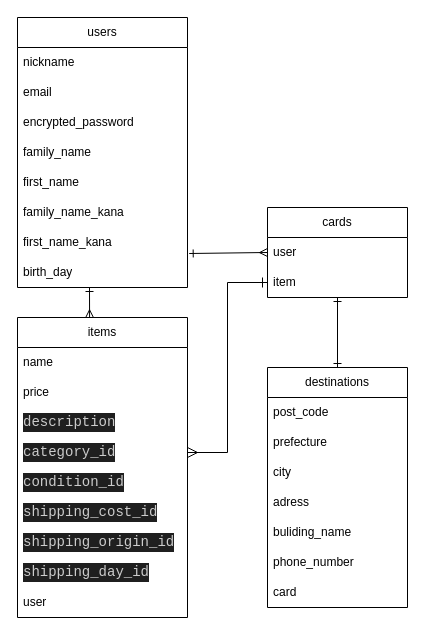
Before: furima-41539.dio in Takao-Koyanagi/furima-41539, a draw.io diagram. Source tidied: cells renumbered, new cells numbered last; positions are measured from the earlier drawing's top-left corner, leaving out a move shared by most shapes. Both pictures are drawn from the tidied source at 100%, with x=0, y=0 at pixel (17, 17).
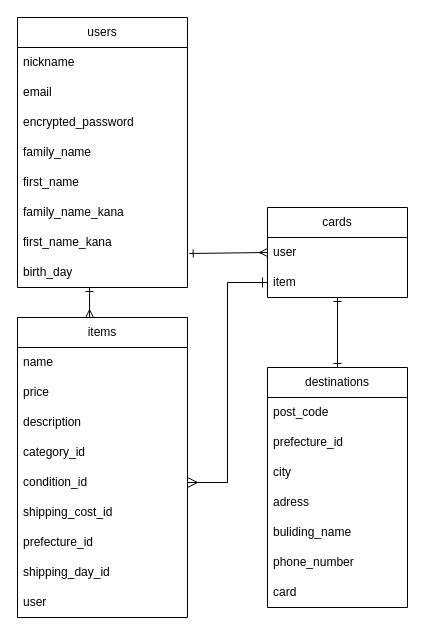
Above is the later version.

Commit message (it also covers changes not shown here):
データーベース設計_修正9

Unchanged cells that the change refers to:
```xml
<mxCell id="13" value="item" style="text;strokeColor=none;fillColor=none;align=left;verticalAlign=middle;spacingLeft=4;spacingRight=4;overflow=hidden;points=[[0,0.5],[1,0.5]];portConstraint=eastwest;whiteSpace=wrap;html=1;" parent="11" vertex="1">
  <mxGeometry y="60" width="140" height="30" as="geometry" />
</mxCell>
<mxCell id="15" value="destinations" style="swimlane;fontStyle=0;horizontal=1;startSize=30;whiteSpace=wrap;html=1;" parent="1" vertex="1">
  <mxGeometry x="250" y="350" width="140" height="240" as="geometry" />
</mxCell>
<mxCell id="23" value="items" style="swimlane;fontStyle=0;horizontal=1;startSize=30;whiteSpace=wrap;html=1;" parent="1" vertex="1">
  <mxGeometry y="300" width="170" height="300" as="geometry" />
</mxCell>
```

Change to the diagram source:
```diff
@@
-    <mxCell id="17" value="prefecture" style="text;strokeColor=none;fillColor=none;align=left;verticalAlign=middle;spacingLeft=4;spacingRight=4;overflow=hidden;whiteSpace=wrap;html=1;" parent="15" vertex="1">
+    <mxCell id="17" value="prefecture_id" style="text;strokeColor=none;fillColor=none;align=left;verticalAlign=middle;spacingLeft=4;spacingRight=4;overflow=hidden;whiteSpace=wrap;html=1;" parent="15" vertex="1">
       <mxGeometry y="60" width="140" height="30" as="geometry" />
     </mxCell>
@@
-    <mxCell id="26" value="&lt;div style=&quot;color: rgb(204, 204, 204); background-color: rgb(31, 31, 31); font-family: Consolas, &amp;quot;Courier New&amp;quot;, monospace; font-size: 14px; line-height: 19px;&quot;&gt;description&lt;/div&gt;" style="text;strokeColor=none;fillColor=none;align=left;verticalAlign=middle;spacingLeft=4;spacingRight=4;overflow=hidden;whiteSpace=wrap;html=1;" parent="23" vertex="1">
+    <mxCell id="26" value="description" style="text;strokeColor=none;fillColor=none;align=left;verticalAlign=middle;spacingLeft=4;spacingRight=4;overflow=hidden;whiteSpace=wrap;html=1;" parent="23" vertex="1">
       <mxGeometry y="90" width="170" height="30" as="geometry" />
     </mxCell>
-    <mxCell id="27" value="&lt;div style=&quot;color: rgb(204, 204, 204); background-color: rgb(31, 31, 31); font-family: Consolas, &amp;quot;Courier New&amp;quot;, monospace; font-size: 14px; line-height: 19px;&quot;&gt;category_id&lt;/div&gt;" style="text;strokeColor=none;fillColor=none;align=left;verticalAlign=middle;spacingLeft=4;spacingRight=4;overflow=hidden;points=[[0,0.5],[1,0.5]];portConstraint=eastwest;whiteSpace=wrap;html=1;" parent="23" vertex="1">
+    <mxCell id="27" value="category_id" style="text;strokeColor=none;fillColor=none;align=left;verticalAlign=middle;spacingLeft=4;spacingRight=4;overflow=hidden;points=[[0,0.5],[1,0.5]];portConstraint=eastwest;whiteSpace=wrap;html=1;" parent="23" vertex="1">
       <mxGeometry y="120" width="170" height="30" as="geometry" />
     </mxCell>
-    <mxCell id="28" value="&lt;div style=&quot;color: rgb(204, 204, 204); background-color: rgb(31, 31, 31); font-family: Consolas, &amp;quot;Courier New&amp;quot;, monospace; font-size: 14px; line-height: 19px;&quot;&gt;condition_id&lt;/div&gt;" style="text;strokeColor=none;fillColor=none;align=left;verticalAlign=middle;spacingLeft=4;spacingRight=4;overflow=hidden;whiteSpace=wrap;html=1;" parent="23" vertex="1">
+    <mxCell id="28" value="condition_id" style="text;strokeColor=none;fillColor=none;align=left;verticalAlign=middle;spacingLeft=4;spacingRight=4;overflow=hidden;whiteSpace=wrap;html=1;" parent="23" vertex="1">
       <mxGeometry y="150" width="170" height="30" as="geometry" />
     </mxCell>
-    <mxCell id="29" value="&lt;div style=&quot;color: rgb(204, 204, 204); background-color: rgb(31, 31, 31); font-family: Consolas, &amp;quot;Courier New&amp;quot;, monospace; font-size: 14px; line-height: 19px;&quot;&gt;shipping_cost_id&lt;/div&gt;" style="text;strokeColor=none;fillColor=none;align=left;verticalAlign=middle;spacingLeft=4;spacingRight=4;overflow=hidden;whiteSpace=wrap;html=1;" parent="23" vertex="1">
+    <mxCell id="29" value="shipping_cost_id" style="text;strokeColor=none;fillColor=none;align=left;verticalAlign=middle;spacingLeft=4;spacingRight=4;overflow=hidden;whiteSpace=wrap;html=1;" parent="23" vertex="1">
       <mxGeometry y="180" width="170" height="30" as="geometry" />
     </mxCell>
-    <mxCell id="30" value="&lt;div style=&quot;color: rgb(204, 204, 204); background-color: rgb(31, 31, 31); font-family: Consolas, &amp;quot;Courier New&amp;quot;, monospace; font-size: 14px; line-height: 19px;&quot;&gt;shipping_origin_id&lt;/div&gt;" style="text;strokeColor=none;fillColor=none;align=left;verticalAlign=middle;spacingLeft=4;spacingRight=4;overflow=hidden;whiteSpace=wrap;html=1;" parent="23" vertex="1">
-      <mxGeometry y="210" width="170" height="30" as="geometry" />
-    </mxCell>
+    <mxCell id="36" value="prefecture_id" style="text;strokeColor=none;fillColor=none;align=left;verticalAlign=middle;spacingLeft=4;spacingRight=4;overflow=hidden;whiteSpace=wrap;html=1;" parent="23" vertex="1">
+      <mxGeometry y="210" width="170" height="30" as="geometry" />
+    </mxCell>
-    <mxCell id="31" value="&lt;div style=&quot;color: rgb(204, 204, 204); background-color: rgb(31, 31, 31); font-family: Consolas, &amp;quot;Courier New&amp;quot;, monospace; font-size: 14px; line-height: 19px;&quot;&gt;shipping_day_id&lt;/div&gt;" style="text;strokeColor=none;fillColor=none;align=left;verticalAlign=middle;spacingLeft=4;spacingRight=4;overflow=hidden;whiteSpace=wrap;html=1;" parent="23" vertex="1">
+    <mxCell id="31" value="shipping_day_id" style="text;strokeColor=none;fillColor=none;align=left;verticalAlign=middle;spacingLeft=4;spacingRight=4;overflow=hidden;whiteSpace=wrap;html=1;" parent="23" vertex="1">
       <mxGeometry y="240" width="170" height="30" as="geometry" />
     </mxCell>
@@
-    <mxCell id="35" style="edgeStyle=elbowEdgeStyle;elbow=horizontal;endArrow=ERone;html=1;curved=0;rounded=0;endSize=8;startSize=8;entryX=0;entryY=0.5;entryDx=0;entryDy=0;startArrow=ERmany;startFill=0;endFill=0;" parent="1" edge="1" source="27" target="13">
-      <mxGeometry relative="1" as="geometry" />
+    <mxCell id="35" style="edgeStyle=elbowEdgeStyle;elbow=horizontal;endArrow=ERone;html=1;curved=0;rounded=0;endSize=8;startSize=8;entryX=0;entryY=0.5;entryDx=0;entryDy=0;startArrow=ERmany;startFill=0;endFill=0;" parent="1" edge="1" target="13">
+      <mxGeometry relative="1" as="geometry">
+        <mxPoint x="170" y="465" as="sourcePoint" />
+      </mxGeometry>
     </mxCell>
```
